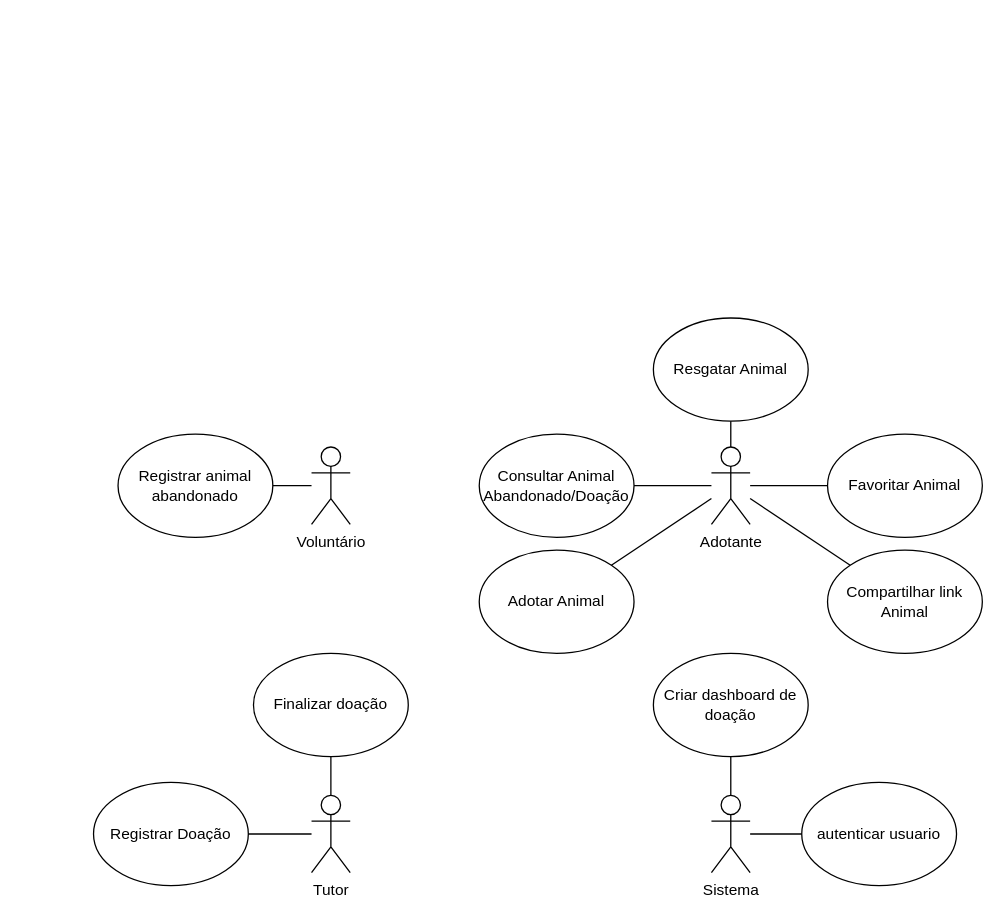
This is diagrama de caso de uso.drawio from JoaoGans/DRAW.tcc, a draw.io file, before an edit. Source tidied: cells renumbered, new cells numbered last; positions are measured from the earlier drawing's top-left corner, leaving out a move shared by most shapes. Both pictures are drawn from the tidied source at 129%, with x=0, y=0 at pixel (93, 317).
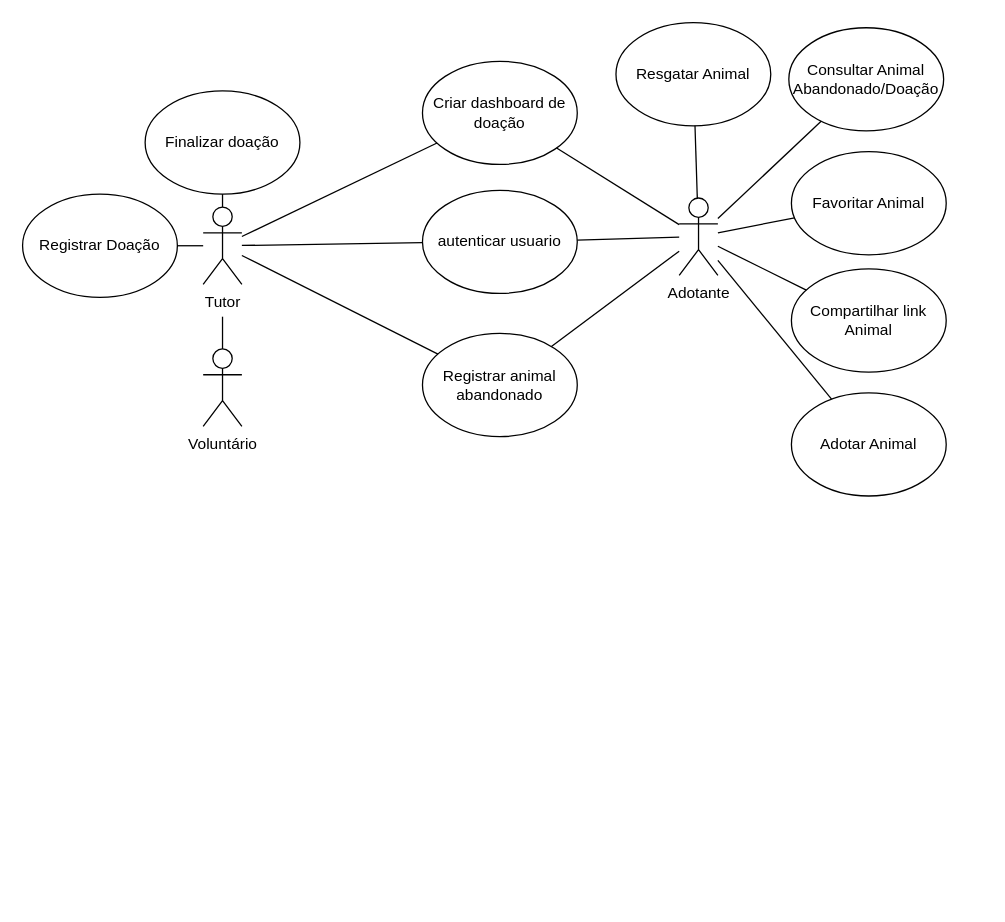
Above is the later version.

The edit, as a diff of the source:
```diff
@@
     <mxCell id="2" value="Voluntário" style="shape=umlActor;verticalLabelPosition=bottom;verticalAlign=top;html=1;outlineConnect=0;" parent="1" vertex="1">
-      <mxGeometry x="169" y="100" width="30" height="60" as="geometry" />
+      <mxGeometry x="85" y="24" width="30" height="60" as="geometry" />
     </mxCell>
     <mxCell id="3" value="Registrar animal abandonado" style="ellipse;whiteSpace=wrap;html=1;" parent="1" vertex="1">
-      <mxGeometry x="19" y="90" width="120" height="80" as="geometry" />
+      <mxGeometry x="255" y="12" width="120" height="80" as="geometry" />
     </mxCell>
-    <mxCell id="4" style="endArrow=none;html=1;rounded=0;" parent="1" edge="1" source="2" target="3">
-      <mxGeometry relative="1" as="geometry" />
-    </mxCell>
     <mxCell id="5" value="Adotante" style="shape=umlActor;verticalLabelPosition=bottom;verticalAlign=top;html=1;outlineConnect=0;" parent="1" vertex="1">
-      <mxGeometry x="479" y="100" width="30" height="60" as="geometry" />
+      <mxGeometry x="454" y="-93" width="30" height="60" as="geometry" />
     </mxCell>
     <mxCell id="6" value="Resgatar Animal" style="ellipse;whiteSpace=wrap;html=1;" parent="1" vertex="1">
-      <mxGeometry x="434" width="120" height="80" as="geometry" />
+      <mxGeometry x="405" y="-229" width="120" height="80" as="geometry" />
     </mxCell>
     <mxCell id="7" value="Favoritar Animal" style="ellipse;whiteSpace=wrap;html=1;" parent="1" vertex="1">
-      <mxGeometry x="569" y="90" width="120" height="80" as="geometry" />
+      <mxGeometry x="541" y="-129" width="120" height="80" as="geometry" />
     </mxCell>
     <mxCell id="8" value="Compartilhar link Animal" style="ellipse;whiteSpace=wrap;html=1;" parent="1" vertex="1">
-      <mxGeometry x="569" y="180" width="120" height="80" as="geometry" />
+      <mxGeometry x="541" y="-38" width="120" height="80" as="geometry" />
     </mxCell>
     <mxCell id="9" value="Consultar Animal&lt;br&gt;Abandonado/Doação" style="ellipse;whiteSpace=wrap;html=1;" parent="1" vertex="1">
-      <mxGeometry x="299" y="90" width="120" height="80" as="geometry" />
+      <mxGeometry x="539" y="-225" width="120" height="80" as="geometry" />
     </mxCell>
     <mxCell id="10" value="Adotar Animal" style="ellipse;whiteSpace=wrap;html=1;" parent="1" vertex="1">
-      <mxGeometry x="299" y="180" width="120" height="80" as="geometry" />
+      <mxGeometry x="541" y="58" width="120" height="80" as="geometry" />
     </mxCell>
@@
     <mxCell id="16" value="Tutor" style="shape=umlActor;verticalLabelPosition=bottom;verticalAlign=top;html=1;outlineConnect=0;" parent="1" vertex="1">
-      <mxGeometry x="169" y="370" width="30" height="60" as="geometry" />
+      <mxGeometry x="85" y="-86" width="30" height="60" as="geometry" />
     </mxCell>
     <mxCell id="17" value="Finalizar doação" style="ellipse;whiteSpace=wrap;html=1;" parent="1" vertex="1">
-      <mxGeometry x="124" y="260" width="120" height="80" as="geometry" />
+      <mxGeometry x="40" y="-176" width="120" height="80" as="geometry" />
     </mxCell>
     <mxCell id="18" value="Registrar Doação" style="ellipse;whiteSpace=wrap;html=1;" parent="1" vertex="1">
-      <mxGeometry y="360" width="120" height="80" as="geometry" />
+      <mxGeometry x="-55" y="-96" width="120" height="80" as="geometry" />
     </mxCell>
@@
-    <mxCell id="21" value="Sistema" style="shape=umlActor;verticalLabelPosition=bottom;verticalAlign=top;html=1;outlineConnect=0;" parent="1" vertex="1">
-      <mxGeometry x="479" y="370" width="30" height="60" as="geometry" />
-    </mxCell>
     <mxCell id="22" value="Criar dashboard de doação" style="ellipse;whiteSpace=wrap;html=1;" parent="1" vertex="1">
-      <mxGeometry x="434" y="260" width="120" height="80" as="geometry" />
+      <mxGeometry x="255" y="-199" width="120" height="80" as="geometry" />
     </mxCell>
     <mxCell id="23" value="autenticar usuario" style="ellipse;whiteSpace=wrap;html=1;" parent="1" vertex="1">
-      <mxGeometry x="549" y="360" width="120" height="80" as="geometry" />
+      <mxGeometry x="255" y="-99" width="120" height="80" as="geometry" />
     </mxCell>
-    <mxCell id="24" style="endArrow=none;html=1;rounded=0;" parent="1" edge="1" source="22" target="21">
-      <mxGeometry relative="1" as="geometry" />
-    </mxCell>
-    <mxCell id="25" style="endArrow=none;html=1;rounded=0;" parent="1" edge="1" source="23" target="21">
-      <mxGeometry relative="1" as="geometry" />
-    </mxCell>
+    <mxCell id="26" style="endArrow=none;html=1;rounded=0;" parent="1" edge="1" source="22" target="5">
+      <mxGeometry relative="1" as="geometry" />
+    </mxCell>
+    <mxCell id="27" style="endArrow=none;html=1;rounded=0;" parent="1" edge="1" source="23" target="5">
+      <mxGeometry relative="1" as="geometry" />
+    </mxCell>
+    <mxCell id="28" style="endArrow=none;html=1;rounded=0;" parent="1" edge="1" source="5" target="3">
+      <mxGeometry relative="1" as="geometry" />
+    </mxCell>
+    <mxCell id="29" style="endArrow=none;html=1;rounded=0;" parent="1" edge="1" source="3" target="16">
+      <mxGeometry relative="1" as="geometry" />
+    </mxCell>
+    <mxCell id="30" style="endArrow=none;html=1;rounded=0;" parent="1" edge="1" source="23" target="16">
+      <mxGeometry relative="1" as="geometry" />
+    </mxCell>
+    <mxCell id="31" style="endArrow=none;html=1;rounded=0;" parent="1" edge="1" source="16" target="22">
+      <mxGeometry relative="1" as="geometry" />
+    </mxCell>
+    <mxCell id="32" style="endArrow=none;html=1;rounded=0;" parent="1" edge="1" source="2">
+      <mxGeometry relative="1" as="geometry">
+        <mxPoint x="100" y="-1" as="targetPoint" />
+      </mxGeometry>
+    </mxCell>
```
